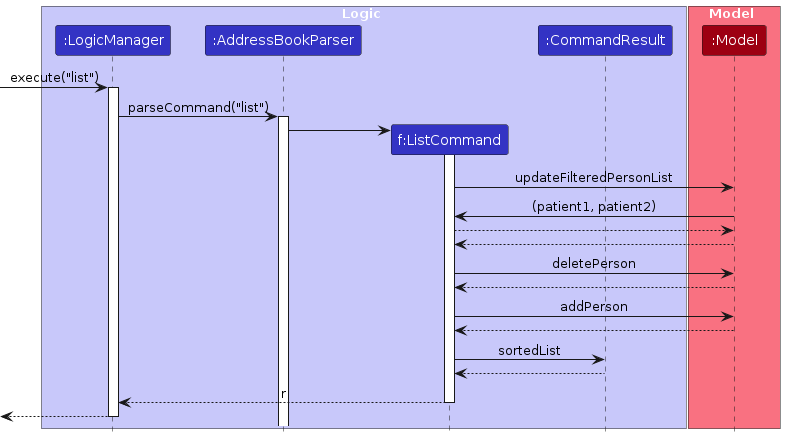
Earlier version of the PlantUML export diagrams/ListSequenceDiagram.png (AY2324S2-CS2103T-T14-2/tp). Its source is kept beside it as diagrams/ListSequenceDiagram.puml. Source of this version:
```plantuml
@startuml
!include style.puml
skinparam ArrowFontStyle plain

box Logic LOGIC_COLOR_T1
participant ":LogicManager" as LogicManager LOGIC_COLOR
participant ":AddressBookParser" as AddressBookParser LOGIC_COLOR
participant "f:ListCommand" as ListCommand LOGIC_COLOR
participant ":CommandResult" as CommandResult LOGIC_COLOR
end box

box Model MODEL_COLOR_T1
participant ":Model" as Model MODEL_COLOR
end box

[-> LogicManager : execute("list")
activate LogicManager

LogicManager -> AddressBookParser : parseCommand("list")
activate AddressBookParser

create ListCommand
AddressBookParser -> ListCommand
activate ListCommand

ListCommand -> Model : updateFilteredPersonList

Model -> ListCommand : (patient1, patient2)
ListCommand --> Model
Model --> ListCommand
ListCommand -> Model: deletePerson
Model --> ListCommand
ListCommand -> Model: addPerson
Model --> ListCommand

ListCommand -> CommandResult: sortedList

CommandResult --> ListCommand
deactivate CommandResult

ListCommand --> LogicManager : r
deactivate ListCommand

[<--LogicManager
deactivate LogicManager
@enduml
```
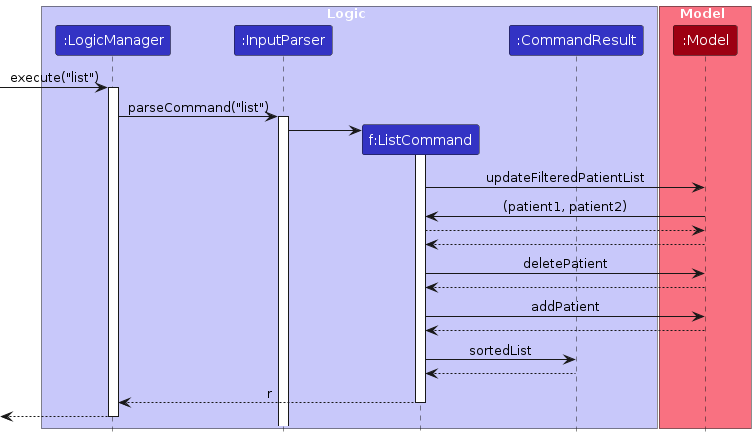
Above is the later version.

Change to the diagram source:
```diff
@@ -4,7 +4,7 @@
 
 box Logic LOGIC_COLOR_T1
 participant ":LogicManager" as LogicManager LOGIC_COLOR
-participant ":AddressBookParser" as AddressBookParser LOGIC_COLOR
+participant ":InputParser" as InputParser LOGIC_COLOR
 participant "f:ListCommand" as ListCommand LOGIC_COLOR
 participant ":CommandResult" as CommandResult LOGIC_COLOR
 end box
@@ -16,21 +16,21 @@
 [-> LogicManager : execute("list")
 activate LogicManager
 
-LogicManager -> AddressBookParser : parseCommand("list")
-activate AddressBookParser
+LogicManager -> InputParser : parseCommand("list")
+activate InputParser
 
 create ListCommand
-AddressBookParser -> ListCommand
+InputParser -> ListCommand
 activate ListCommand
 
-ListCommand -> Model : updateFilteredPersonList
+ListCommand -> Model : updateFilteredPatientList
 
 Model -> ListCommand : (patient1, patient2)
 ListCommand --> Model
 Model --> ListCommand
-ListCommand -> Model: deletePerson
+ListCommand -> Model: deletePatient
 Model --> ListCommand
-ListCommand -> Model: addPerson
+ListCommand -> Model: addPatient
 Model --> ListCommand
 
 ListCommand -> CommandResult: sortedList
```
